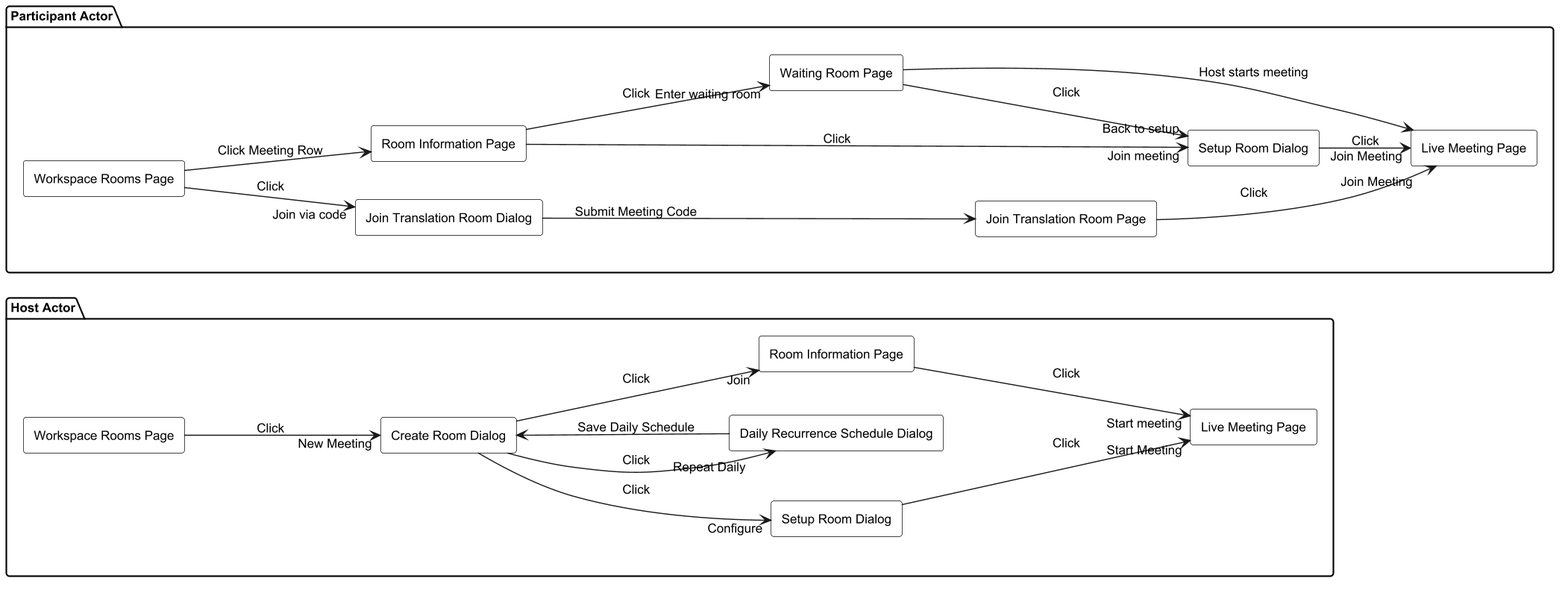
Before: .agents/resources/screen flow/meeting/04-meeting-entry-screen-flow-by-actor.png, a diagram exported from PlantUML (WarpTalk-CapstoneProject/warptalk-backend). The source it was exported from:
```plantuml
@startuml
skinparam monochrome true
skinparam shadowing false
skinparam defaultFontName Arial
skinparam defaultFontSize 12
skinparam dpi 136
skinparam rectangle {
  BackgroundColor white
  BorderColor black
}
left to right direction

package "Host Actor" {
  rectangle "Workspace Rooms Page" as HostWorkspaceRoomsPage
  rectangle "Create Room Dialog" as CreateRoomDialog
  rectangle "Daily Recurrence Schedule Dialog" as DailyRecurrenceScheduleDialog
  rectangle "Setup Room Dialog" as HostSetupRoomDialog
  rectangle "Room Information Page" as HostRoomInformationPage
  rectangle "Live Meeting Page" as HostLiveMeetingPage
}

package "Participant Actor" {
  rectangle "Workspace Rooms Page" as ParticipantWorkspaceRoomsPage
  rectangle "Join Translation Room Dialog" as JoinTranslationRoomDialog
  rectangle "Join Translation Room Page" as JoinTranslationRoomPage
  rectangle "Room Information Page" as ParticipantRoomInformationPage
  rectangle "Waiting Room Page" as WaitingRoomPage
  rectangle "Setup Room Dialog" as ParticipantSetupRoomDialog
  rectangle "Live Meeting Page" as ParticipantLiveMeetingPage
}

HostWorkspaceRoomsPage --> CreateRoomDialog : Click "New Meeting"
CreateRoomDialog --> DailyRecurrenceScheduleDialog : Click "Repeat Daily"
DailyRecurrenceScheduleDialog --> CreateRoomDialog : Save Daily Schedule
CreateRoomDialog --> HostSetupRoomDialog : Click "Configure"
CreateRoomDialog --> HostRoomInformationPage : Click "Join"
HostSetupRoomDialog --> HostLiveMeetingPage : Click "Start Meeting"
HostRoomInformationPage --> HostLiveMeetingPage : Click "Start meeting"

ParticipantWorkspaceRoomsPage --> JoinTranslationRoomDialog : Click "Join via code"
JoinTranslationRoomDialog --> JoinTranslationRoomPage : Submit Meeting Code
JoinTranslationRoomPage --> ParticipantLiveMeetingPage : Click "Join Meeting"
ParticipantWorkspaceRoomsPage --> ParticipantRoomInformationPage : Click Meeting Row
ParticipantRoomInformationPage --> WaitingRoomPage : Click "Enter waiting room"
ParticipantRoomInformationPage --> ParticipantSetupRoomDialog : Click "Join meeting"
ParticipantSetupRoomDialog --> ParticipantLiveMeetingPage : Click "Join Meeting"
WaitingRoomPage --> ParticipantSetupRoomDialog : Click "Back to setup"
WaitingRoomPage --> ParticipantLiveMeetingPage : Host starts meeting

@enduml
```
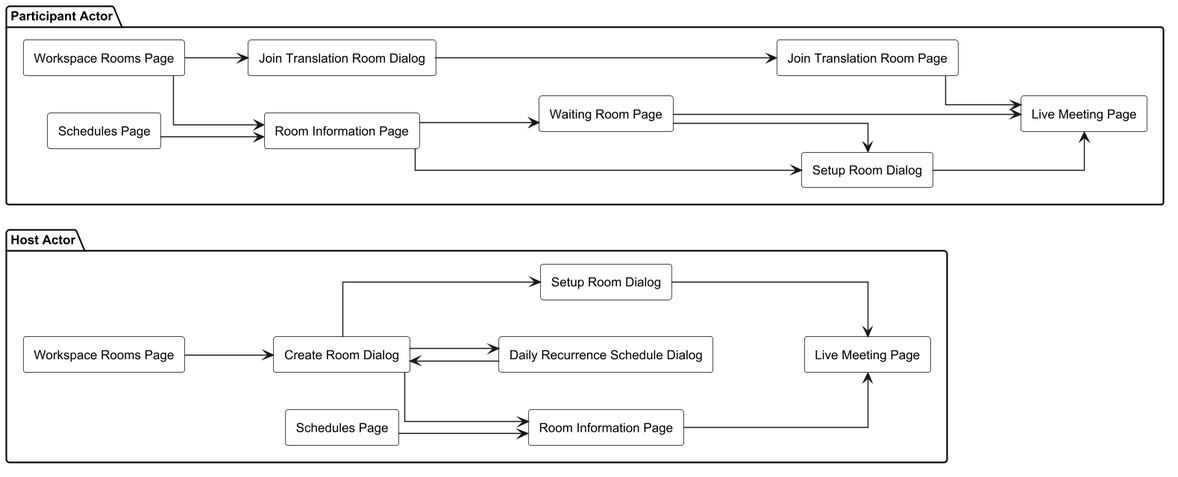
Above is the later version.

Diff of the diagram source:
```diff
@@ -1,6 +1,7 @@
 @startuml
 skinparam monochrome true
 skinparam shadowing false
+skinparam linetype ortho
 skinparam defaultFontName Arial
 skinparam defaultFontSize 12
 skinparam dpi 136
@@ -12,6 +13,7 @@
 
 package "Host Actor" {
   rectangle "Workspace Rooms Page" as HostWorkspaceRoomsPage
+  rectangle "Schedules Page" as HostSchedulesPage
   rectangle "Create Room Dialog" as CreateRoomDialog
   rectangle "Daily Recurrence Schedule Dialog" as DailyRecurrenceScheduleDialog
   rectangle "Setup Room Dialog" as HostSetupRoomDialog
@@ -21,6 +23,7 @@
 
 package "Participant Actor" {
   rectangle "Workspace Rooms Page" as ParticipantWorkspaceRoomsPage
+  rectangle "Schedules Page" as ParticipantSchedulesPage
   rectangle "Join Translation Room Dialog" as JoinTranslationRoomDialog
   rectangle "Join Translation Room Page" as JoinTranslationRoomPage
   rectangle "Room Information Page" as ParticipantRoomInformationPage
@@ -29,22 +32,24 @@
   rectangle "Live Meeting Page" as ParticipantLiveMeetingPage
 }
 
-HostWorkspaceRoomsPage --> CreateRoomDialog : Click "New Meeting"
-CreateRoomDialog --> DailyRecurrenceScheduleDialog : Click "Repeat Daily"
-DailyRecurrenceScheduleDialog --> CreateRoomDialog : Save Daily Schedule
-CreateRoomDialog --> HostSetupRoomDialog : Click "Configure"
-CreateRoomDialog --> HostRoomInformationPage : Click "Join"
-HostSetupRoomDialog --> HostLiveMeetingPage : Click "Start Meeting"
-HostRoomInformationPage --> HostLiveMeetingPage : Click "Start meeting"
+HostWorkspaceRoomsPage --> CreateRoomDialog
+CreateRoomDialog --> DailyRecurrenceScheduleDialog
+DailyRecurrenceScheduleDialog --> CreateRoomDialog
+CreateRoomDialog --> HostSetupRoomDialog
+CreateRoomDialog --> HostRoomInformationPage
+HostSchedulesPage --> HostRoomInformationPage
+HostSetupRoomDialog --> HostLiveMeetingPage
+HostRoomInformationPage --> HostLiveMeetingPage
 
-ParticipantWorkspaceRoomsPage --> JoinTranslationRoomDialog : Click "Join via code"
-JoinTranslationRoomDialog --> JoinTranslationRoomPage : Submit Meeting Code
-JoinTranslationRoomPage --> ParticipantLiveMeetingPage : Click "Join Meeting"
-ParticipantWorkspaceRoomsPage --> ParticipantRoomInformationPage : Click Meeting Row
-ParticipantRoomInformationPage --> WaitingRoomPage : Click "Enter waiting room"
-ParticipantRoomInformationPage --> ParticipantSetupRoomDialog : Click "Join meeting"
-ParticipantSetupRoomDialog --> ParticipantLiveMeetingPage : Click "Join Meeting"
-WaitingRoomPage --> ParticipantSetupRoomDialog : Click "Back to setup"
-WaitingRoomPage --> ParticipantLiveMeetingPage : Host starts meeting
+ParticipantWorkspaceRoomsPage --> JoinTranslationRoomDialog
+JoinTranslationRoomDialog --> JoinTranslationRoomPage
+JoinTranslationRoomPage --> ParticipantLiveMeetingPage
+ParticipantWorkspaceRoomsPage --> ParticipantRoomInformationPage
+ParticipantSchedulesPage --> ParticipantRoomInformationPage
+ParticipantRoomInformationPage --> WaitingRoomPage
+ParticipantRoomInformationPage --> ParticipantSetupRoomDialog
+ParticipantSetupRoomDialog --> ParticipantLiveMeetingPage
+WaitingRoomPage --> ParticipantSetupRoomDialog
+WaitingRoomPage --> ParticipantLiveMeetingPage
 
 @enduml
```
